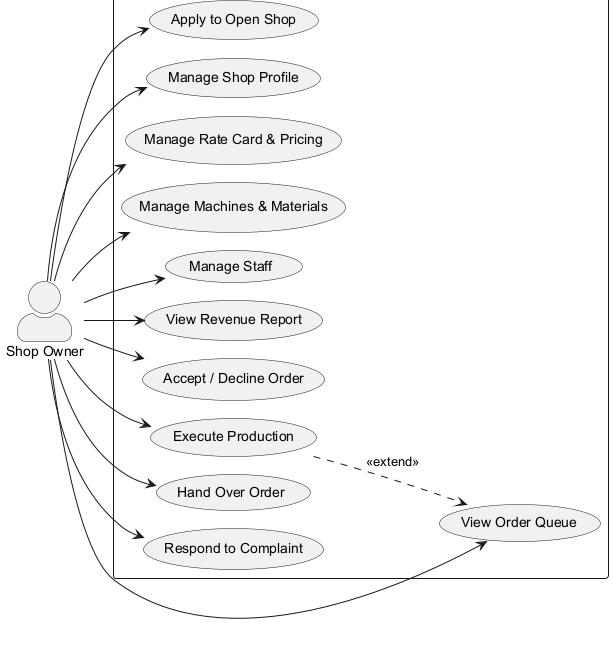
Rainsh0wer/PrintHub keeps this PlantUML diagram as docs/diagrams/png/usecase-shopowner.png. Above is the earlier version.
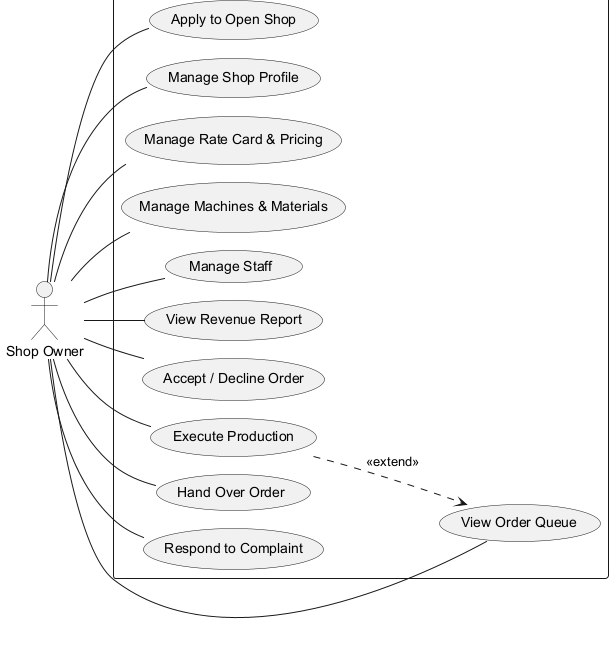
After the commit.

The edit, as a diff of the source:
```diff
@@ -1,8 +1,6 @@
 @startuml
 !pragma layout smetana
 left to right direction
-skinparam packageStyle rectangle
-skinparam actorStyle awesome
 
 actor "Shop Owner" as O
 
@@ -20,17 +18,17 @@
   usecase "Respond to Complaint" as UC35
 }
 
-O --> UC25
-O --> UC26
-O --> UC27
-O --> UC28
-O --> UC29
-O --> UC30
-O --> UC31
-O --> UC32
-O --> UC33
-O --> UC34
-O --> UC35
+O -- UC25
+O -- UC26
+O -- UC27
+O -- UC28
+O -- UC29
+O -- UC30
+O -- UC31
+O -- UC32
+O -- UC33
+O -- UC34
+O -- UC35
 
 UC33 ..> UC31 : <<extend>>
 @enduml
```
